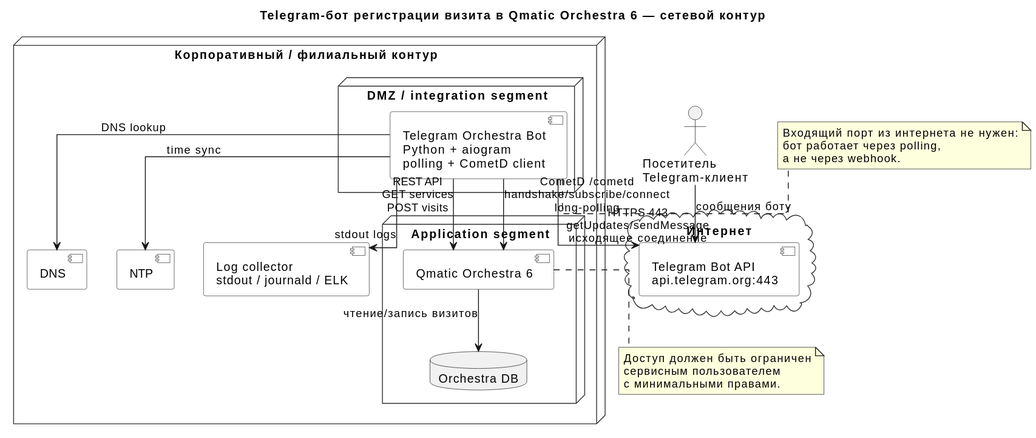
The PlantUML diagram docs/diagrams/network-flow.svg in psokolov25/chatbot, before a commit. Its source is kept beside it as docs/diagrams/src/network-flow.puml. Source of this version:
```plantuml
@startuml
title Telegram-бот регистрации визита в Qmatic Orchestra 6 — сетевой контур

skinparam shadowing false
skinparam linetype ortho
skinparam defaultFontName Arial
skinparam rectangle {
  RoundCorner 12
}
skinparam component {
  BackgroundColor White
  BorderColor #333333
}
skinparam node {
  BackgroundColor White
  BorderColor #333333
}
skinparam cloud {
  BackgroundColor White
  BorderColor #333333
}

actor "Посетитель\nTelegram-клиент" as Visitor

cloud "Интернет" as Internet {
  component "Telegram Bot API\napi.telegram.org:443" as TelegramApi
}

node "Корпоративный / филиальный контур" as Corp {
  node "DMZ / integration segment" as DMZ {
    component "Telegram Orchestra Bot\nPython + aiogram\npolling + CometD client" as Bot
  }

  node "Application segment" as App {
    component "Qmatic Orchestra 6" as Orchestra
    database "Orchestra DB" as OrchestraDb
  }

  component "DNS" as DNS
  component "NTP" as NTP
  component "Log collector\nstdout / journald / ELK" as Logs
}

Visitor --> TelegramApi : сообщения боту
Bot --> TelegramApi : HTTPS 443\ngetUpdates/sendMessage\nисходящее соединение

Bot --> Orchestra : REST API\nGET services\nPOST visits
Bot --> Orchestra : CometD /cometd\nhandshake/subscribe/connect\nlong-polling

Orchestra --> OrchestraDb : чтение/запись визитов
Bot --> DNS : DNS lookup
Bot --> NTP : time sync
Bot --> Logs : stdout logs

note right of Bot
Входящий порт из интернета не нужен:
бот работает через polling,
а не через webhook.
end note

note bottom of Orchestra
Доступ должен быть ограничен
сервисным пользователем
с минимальными правами.
end note

@enduml
```
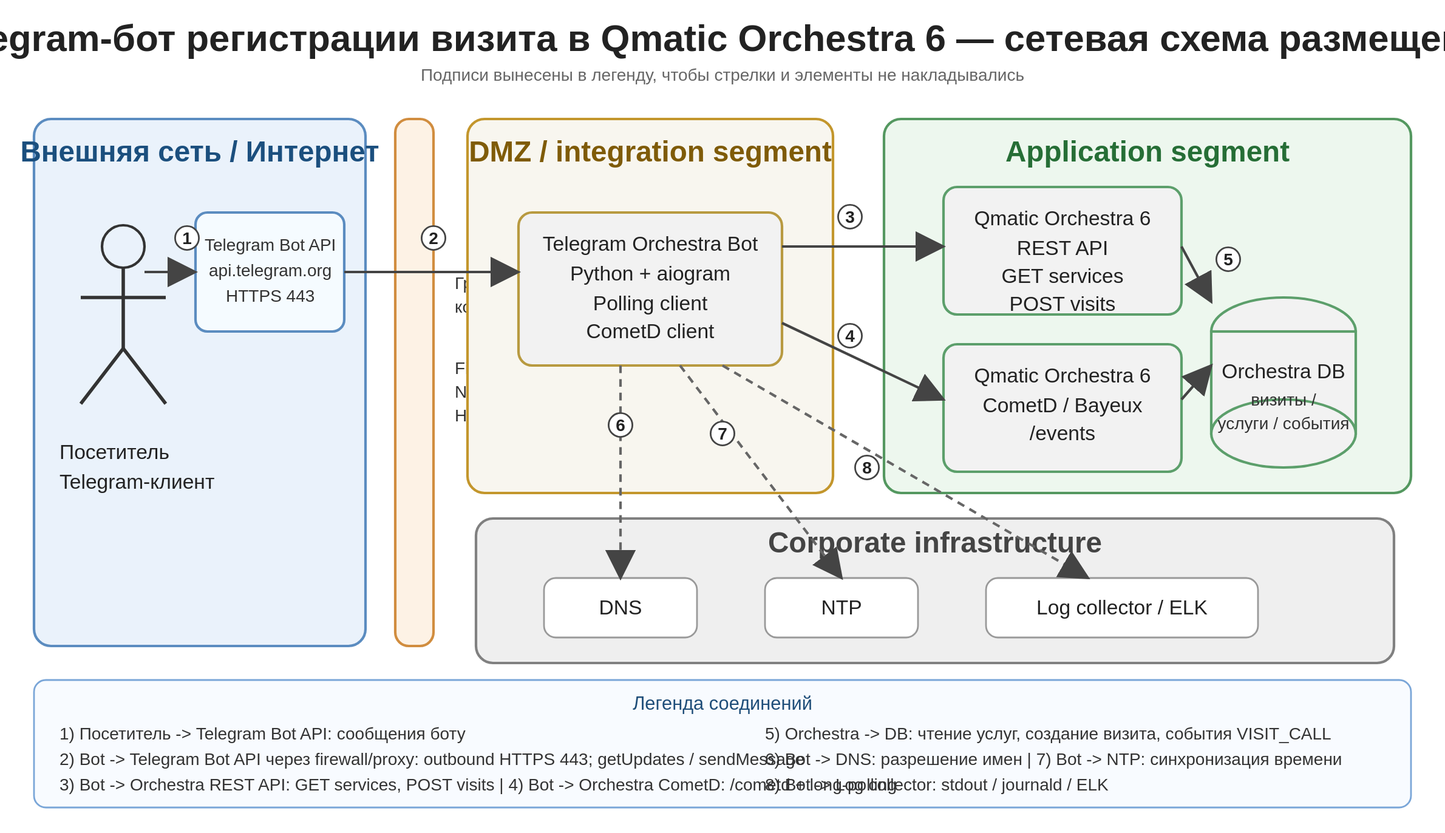
The same file after the commit.

Commit message:
docs(diagrams): make sequence legends functional and domain-specific

The edit, as a diff of the source:
```diff
@@ -1,23 +1,10 @@
 @startuml
 title Telegram-бот регистрации визита в Qmatic Orchestra 6 — сетевой контур
 
-skinparam shadowing false
-skinparam linetype ortho
-skinparam defaultFontName Arial
-skinparam rectangle {
-  RoundCorner 12
-}
-skinparam component {
-  BackgroundColor White
-  BorderColor #333333
-}
-skinparam node {
-  BackgroundColor White
-  BorderColor #333333
-}
+!include style.iuml
 skinparam cloud {
-  BackgroundColor White
-  BorderColor #333333
+  BackgroundColor #f8fbff
+  BorderColor #5b8cc0
 }
 
 actor "Посетитель\nTelegram-клиент" as Visitor
@@ -52,16 +39,17 @@
 Bot --> NTP : time sync
 Bot --> Logs : stdout logs
 
-note right of Bot
-Входящий порт из интернета не нужен:
-бот работает через polling,
-а не через webhook.
-end note
-
-note bottom of Orchestra
-Доступ должен быть ограничен
-сервисным пользователем
-с минимальными правами.
-end note
+legend bottom
+1) Посетитель -> Telegram Bot API: сообщения боту
+2) Bot -> Telegram Bot API: outbound HTTPS 443 (getUpdates/sendMessage)
+3) Bot -> Orchestra REST API: GET services, POST visits
+4) Bot -> Orchestra CometD: /cometd, handshake/subscribe/connect (long-polling)
+5) Orchestra -> DB: чтение/запись визитов, услуги, VISIT_CALL
+6) Bot -> DNS: разрешение имен
+7) Bot -> NTP: синхронизация времени
+8) Bot -> Log collector: stdout / journald / ELK
+--
+Входящий порт из интернета не нужен: бот работает через polling, а не через webhook.
+endlegend
 
 @enduml
```
